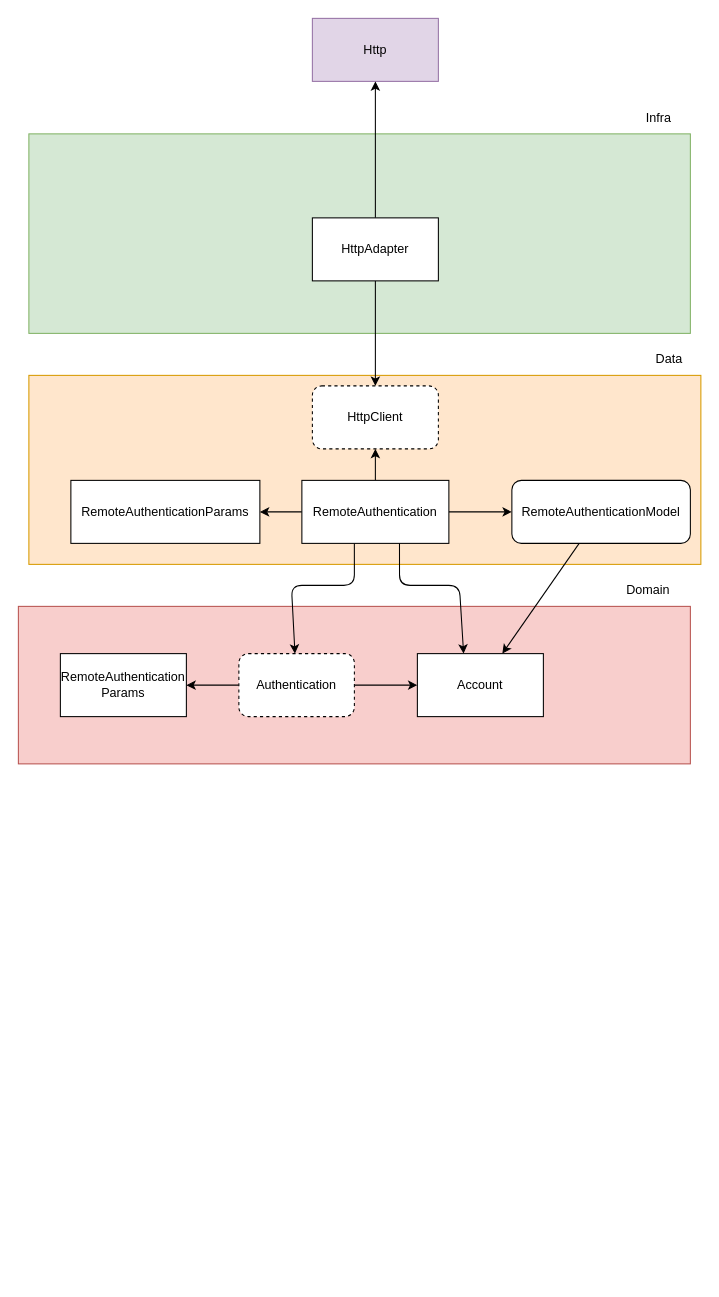
The draw.io diagram docs/diagram.drawio in Luke0195/clean_flutter, before the edit. Source tidied: cells renumbered, new cells numbered last; positions are measured from the earlier drawing's top-left corner, leaving out a move shared by most shapes. Both pictures are drawn from the tidied source at 105%, with x=0, y=0 at pixel (18, 18).
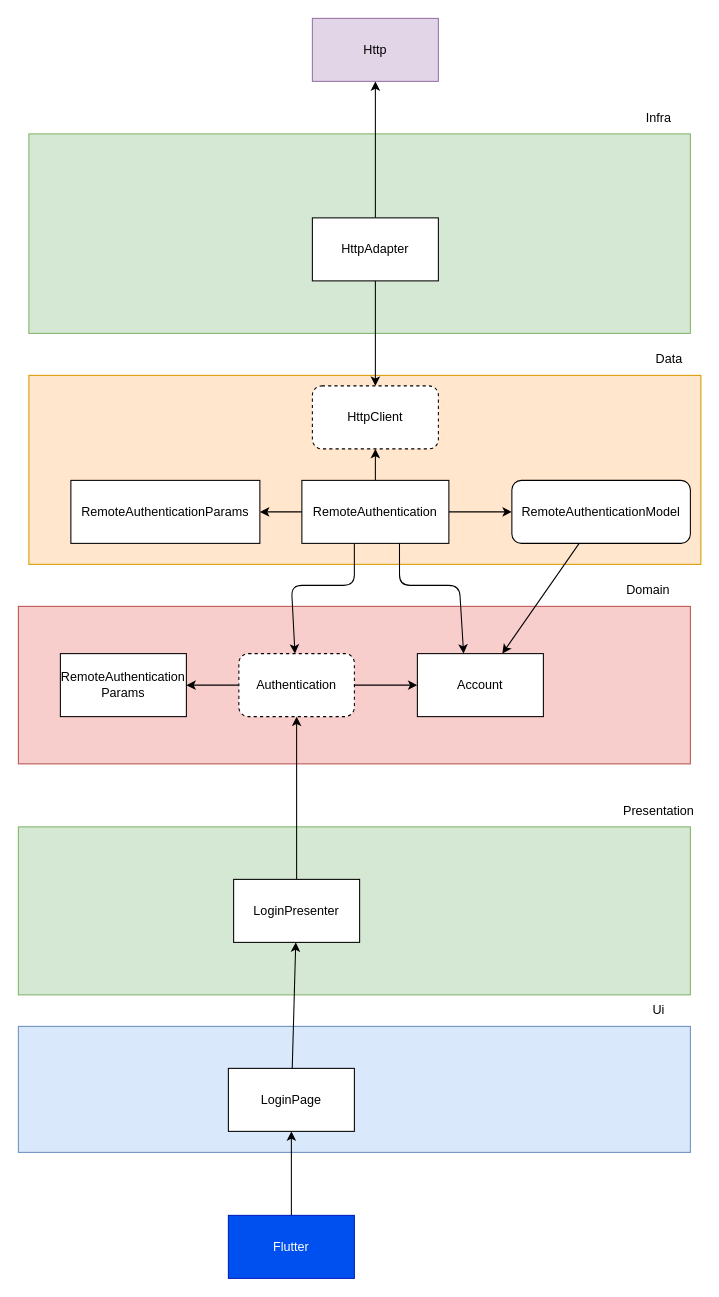
Above is the later version.

The change refers to these unchanged cells:
```xml
<mxCell id="6" value="Authentication" style="rounded=1;whiteSpace=wrap;html=1;dashed=1;" parent="1" vertex="1">
  <mxGeometry x="210" y="605" width="110" height="60" as="geometry" />
</mxCell>
```

What changed in the source:
```diff
@@
+    <mxCell id="27" style="rounded=0;whiteSpace=wrap;html=1;fillColor=#d5e8d4;strokeColor=#82b366;" parent="1" vertex="1">
+      <mxGeometry y="770" width="640" height="160" as="geometry" />
+    </mxCell>
+    <mxCell id="28" value="Presentation" style="text;html=1;align=center;verticalAlign=middle;whiteSpace=wrap;rounded=0;" parent="1" vertex="1">
+      <mxGeometry x="580" y="740" width="60" height="30" as="geometry" />
+    </mxCell>
+    <mxCell id="29" style="edgeStyle=none;html=1;" parent="1" edge="1" source="30" target="6">
+      <mxGeometry relative="1" as="geometry" />
+    </mxCell>
+    <mxCell id="30" value="LoginPresenter" style="rounded=0;whiteSpace=wrap;html=1;" parent="1" vertex="1">
+      <mxGeometry x="205" y="820" width="120" height="60" as="geometry" />
+    </mxCell>
+    <mxCell id="31" style="rounded=0;whiteSpace=wrap;html=1;fillColor=#dae8fc;strokeColor=#6c8ebf;" parent="1" vertex="1">
+      <mxGeometry y="960" width="640" height="120" as="geometry" />
+    </mxCell>
+    <mxCell id="32" value="Ui" style="text;html=1;align=center;verticalAlign=middle;whiteSpace=wrap;rounded=0;" parent="1" vertex="1">
+      <mxGeometry x="580" y="930" width="60" height="30" as="geometry" />
+    </mxCell>
+    <mxCell id="33" style="edgeStyle=none;html=1;" parent="1" edge="1" source="34" target="30">
+      <mxGeometry relative="1" as="geometry" />
+    </mxCell>
+    <mxCell id="34" value="LoginPage" style="rounded=0;whiteSpace=wrap;html=1;" parent="1" vertex="1">
+      <mxGeometry x="200" y="1000" width="120" height="60" as="geometry" />
+    </mxCell>
+    <mxCell id="35" style="edgeStyle=none;html=1;entryX=0.5;entryY=1;entryDx=0;entryDy=0;" parent="1" edge="1" source="36" target="34">
+      <mxGeometry relative="1" as="geometry" />
+    </mxCell>
+    <mxCell id="36" value="Flutter" style="rounded=0;whiteSpace=wrap;html=1;fillColor=#0050ef;fontColor=#ffffff;strokeColor=#001DBC;" parent="1" vertex="1">
+      <mxGeometry x="200" y="1140" width="120" height="60" as="geometry" />
+    </mxCell>
```
